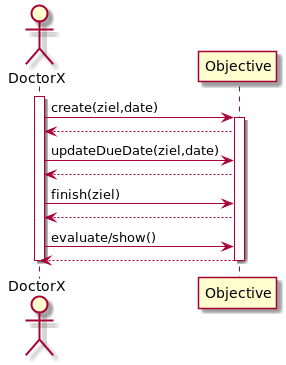
Before: doc/task4/Zielerfassen.png, a diagram exported from PlantUML (thetractor/ch.bfh.bti7081.s2019.orange). Its diagram source:
```plantuml
@startuml

actor DoctorX

participant Objective

activate DoctorX

DoctorX -> Objective : create(ziel,date)
activate Objective
Objective --> DoctorX


DoctorX -> Objective : updateDueDate(ziel,date)
Objective --> DoctorX

DoctorX -> Objective : finish(ziel)
Objective --> DoctorX

DoctorX -> Objective : evaluate/show()
Objective --> DoctorX

deactivate Objective
deactivate DoctorX
@enduml
```
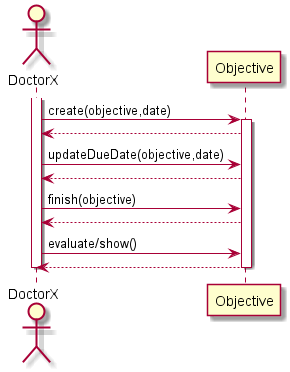
After the change.

The edit, as a diff of the source:
```diff
@@ -6,15 +6,14 @@
 
 activate DoctorX
 
-DoctorX -> Objective : create(ziel,date)
+DoctorX -> Objective : create(objective,date)
 activate Objective
 Objective --> DoctorX
 
-
-DoctorX -> Objective : updateDueDate(ziel,date)
+DoctorX -> Objective : updateDueDate(objective,date)
 Objective --> DoctorX
 
-DoctorX -> Objective : finish(ziel)
+DoctorX -> Objective : finish(objective)
 Objective --> DoctorX
 
 DoctorX -> Objective : evaluate/show()
```
